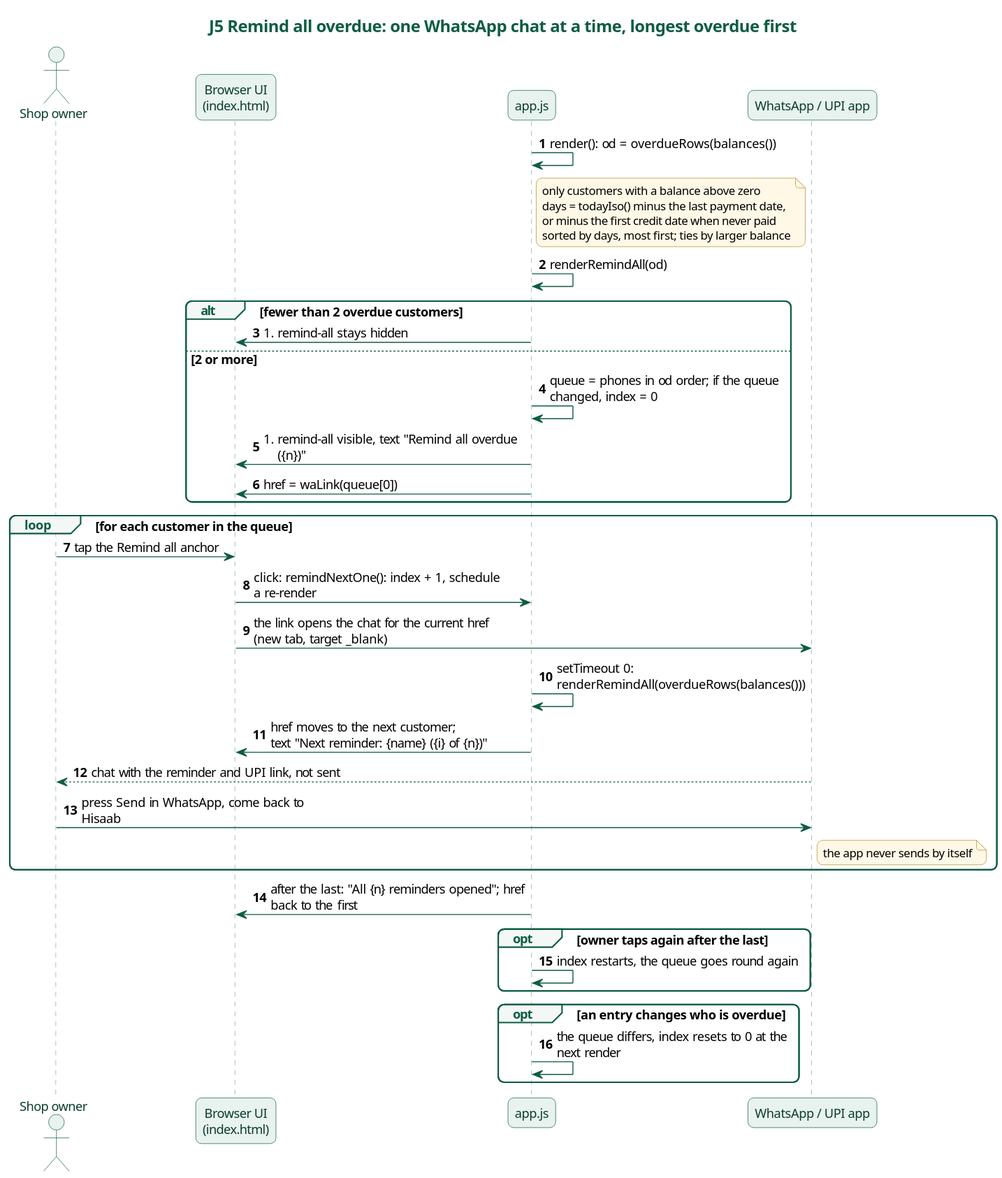
The PlantUML diagram docs/diagrams/j5-remind-all.svg in karwasanjay007/hisaab-docs, before a commit.
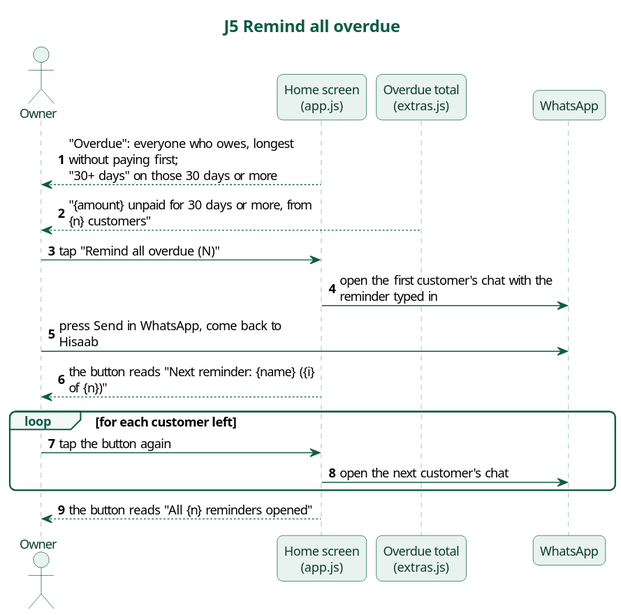
The same diagram one commit later.

The edit, as a diff of the source:
```diff
@@ -1,5 +1,5 @@
 @startuml
-title J5 Remind all overdue: one WhatsApp chat at a time, longest overdue first
+title J5 Remind all overdue
 skinparam backgroundColor white
 skinparam defaultFontName "Noto Sans"
 skinparam defaultFontSize 13
@@ -37,41 +37,20 @@
   BackgroundColor #FFF8E6
   FontSize 12
 }
-actor "Shop owner" as Owner
-participant "Browser UI\n(index.html)" as UI
-participant "app.js" as App
-participant "WhatsApp / UPI app" as WA
+actor "Owner" as O
+participant "Home screen\n(app.js)" as H
+participant "Overdue total\n(extras.js)" as E
+participant "WhatsApp" as WA
 autonumber
-App -> App : render(): od = overdueRows(balances())
-note right of App
-  only customers with a balance above zero
-  days = todayIso() minus the last payment date,
-  or minus the first credit date when never paid
-  sorted by days, most first; ties by larger balance
-end note
-App -> App : renderRemindAll(od)
-alt fewer than 2 overdue customers
-  App -> UI : #remind-all stays hidden
-else 2 or more
-  App -> App : queue = phones in od order; if the queue changed, index = 0
-  App -> UI : #remind-all visible, text "Remind all overdue ({n})"
-  App -> UI : href = waLink(queue[0])
+H --> O : "Overdue": everyone who owes, longest without paying first;\n"30+ days" on those 30 days or more
+E --> O : "{amount} unpaid for 30 days or more, from {n} customers"
+O -> H : tap "Remind all overdue (N)"
+H -> WA : open the first customer's chat with the reminder typed in
+O -> WA : press Send in WhatsApp, come back to Hisaab
+H --> O : the button reads "Next reminder: {name} ({i} of {n})"
+loop for each customer left
+  O -> H : tap the button again
+  H -> WA : open the next customer's chat
 end
-loop for each customer in the queue
-  Owner -> UI : tap the Remind all anchor
-  UI -> App : click: remindNextOne(): index + 1, schedule a re-render
-  UI -> WA : the link opens the chat for the current href (new tab, target _blank)
-  App -> App : setTimeout 0: renderRemindAll(overdueRows(balances()))
-  App -> UI : href moves to the next customer;\ntext "Next reminder: {name} ({i} of {n})"
-  WA --> Owner : chat with the reminder and UPI link, not sent
-  Owner -> WA : press Send in WhatsApp, come back to Hisaab
-  note right of WA : the app never sends by itself
-end
-App -> UI : after the last: "All {n} reminders opened"; href back to the first
-opt owner taps again after the last
-  App -> App : index restarts, the queue goes round again
-end
-opt an entry changes who is overdue
-  App -> App : the queue differs, index resets to 0 at the next render
-end
+H --> O : the button reads "All {n} reminders opened"
 @enduml
```
